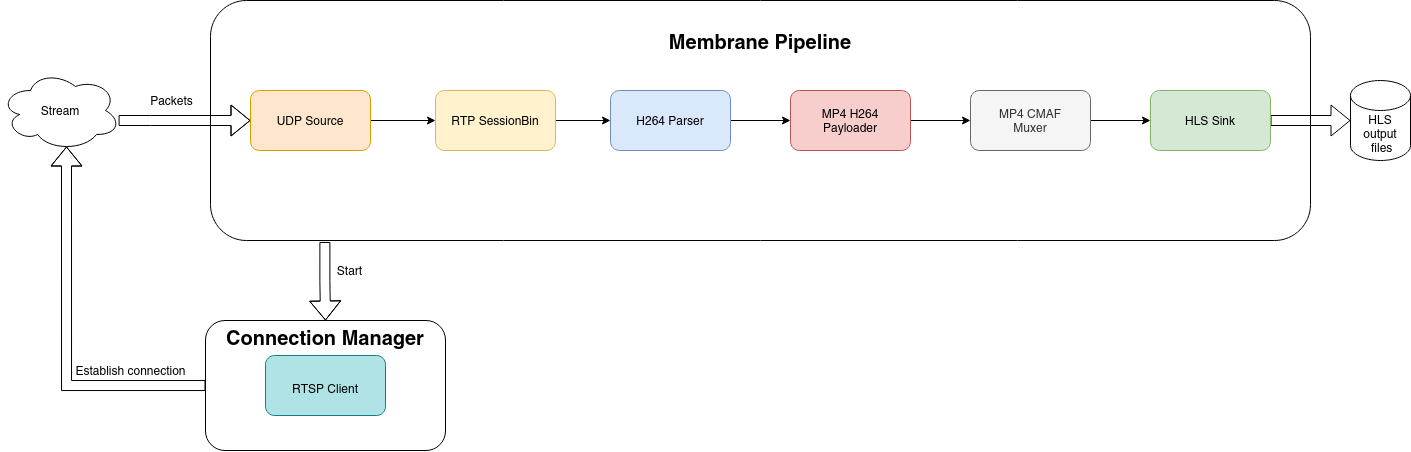
The draw.io diagram rtsp_to_hls/doc_assets/RTSP_to_HLS_pipeline.png in membraneframework/membrane_demo, before a commit. Source tidied: cells renumbered, new cells last; positions are measured from the earlier drawing's top-left corner, leaving out a move shared by most shapes.
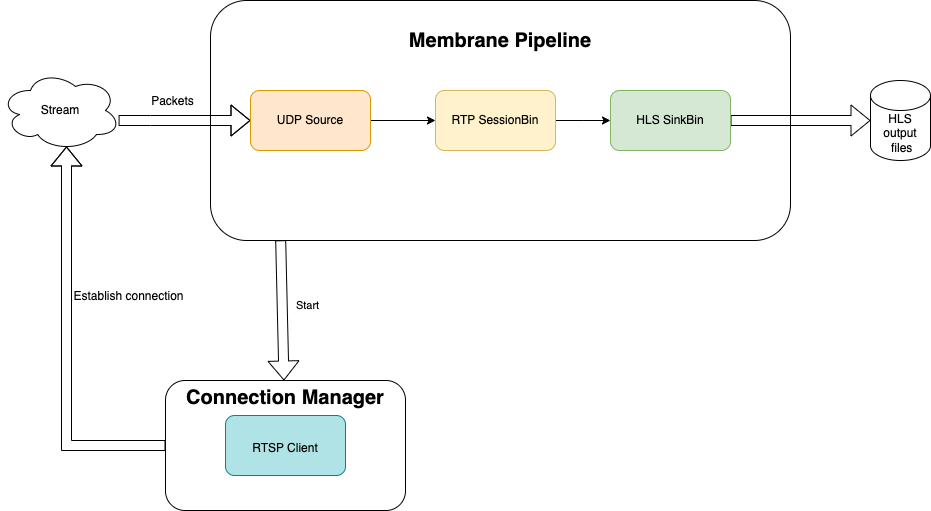
Above is the later version.

Commit message:
[rtsp_to_hls] Update (#259)

Diff of the diagram source:
```diff
@@ -2,16 +2,8 @@
   <root>
     <mxCell id="0" />
     <mxCell id="1" parent="0" />
-    <mxCell id="2" style="edgeStyle=orthogonalEdgeStyle;shape=flexArrow;rounded=0;jettySize=auto;html=1;fontSize=12;exitX=0.104;exitY=1.006;exitDx=0;exitDy=0;exitPerimeter=0;" parent="1" edge="1" source="4" target="23">
-      <mxGeometry relative="1" as="geometry" />
-    </mxCell>
-    <mxCell id="3" value="&lt;div&gt;Start&lt;/div&gt;" style="edgeLabel;html=1;align=center;verticalAlign=middle;fontSize=12;" parent="2" vertex="1">
-      <mxGeometry x="-0.29" y="1" relative="1" as="geometry">
-        <mxPoint x="23" as="offset" />
-      </mxGeometry>
-    </mxCell>
     <mxCell id="4" value="&lt;div style=&quot;font-size: 20px;&quot;&gt;&lt;b&gt;Membrane Pipeline&lt;/b&gt;&lt;/div&gt;&lt;div&gt;&lt;b&gt;&lt;br&gt;&lt;/b&gt;&lt;/div&gt;&lt;div&gt;&lt;b&gt;&lt;br&gt;&lt;/b&gt;&lt;/div&gt;&lt;div&gt;&lt;b&gt;&lt;br&gt;&lt;/b&gt;&lt;/div&gt;&lt;div&gt;&lt;b&gt;&lt;br&gt;&lt;/b&gt;&lt;/div&gt;&lt;div&gt;&lt;b&gt;&lt;br&gt;&lt;/b&gt;&lt;/div&gt;&lt;div&gt;&lt;b&gt;&lt;br&gt;&lt;/b&gt;&lt;/div&gt;&lt;div&gt;&lt;b&gt;&lt;br&gt;&lt;/b&gt;&lt;/div&gt;&lt;div&gt;&lt;b&gt;&lt;br&gt;&lt;/b&gt;&lt;/div&gt;&lt;div&gt;&lt;b&gt;&lt;br&gt;&lt;/b&gt;&lt;/div&gt;&lt;div&gt;&lt;b&gt;&lt;br&gt;&lt;/b&gt;&lt;/div&gt;&lt;div&gt;&lt;b&gt;&lt;br&gt;&lt;/b&gt;&lt;/div&gt;" style="rounded=1;whiteSpace=wrap;html=1;fillColor=none;" parent="1" vertex="1">
-      <mxGeometry x="210" width="1100" height="240" as="geometry" />
+      <mxGeometry x="210" width="580" height="240" as="geometry" />
     </mxCell>
     <mxCell id="5" style="edgeStyle=orthogonalEdgeStyle;shape=flexArrow;rounded=0;jettySize=auto;html=1;" parent="1" edge="1" source="7" target="9">
       <mxGeometry relative="1" as="geometry">
@@ -35,41 +27,25 @@
     <mxCell id="9" value="&lt;div&gt;UDP Source&lt;/div&gt;" style="rounded=1;whiteSpace=wrap;html=1;fillColor=#ffe6cc;strokeColor=#d79b00;" parent="1" vertex="1">
       <mxGeometry x="250" y="90" width="120" height="60" as="geometry" />
     </mxCell>
-    <mxCell id="10" style="edgeStyle=orthogonalEdgeStyle;rounded=0;jettySize=auto;html=1;" parent="1" edge="1" source="11" target="13">
-      <mxGeometry relative="1" as="geometry" />
+    <mxCell id="10" style="edgeStyle=orthogonalEdgeStyle;rounded=0;jettySize=auto;html=1;" parent="1" edge="1" source="11">
+      <mxGeometry relative="1" as="geometry">
+        <mxPoint x="610" y="120" as="targetPoint" />
+      </mxGeometry>
     </mxCell>
     <mxCell id="11" value="RTP SessionBin" style="rounded=1;whiteSpace=wrap;html=1;fillColor=#fff2cc;strokeColor=#d6b656;" parent="1" vertex="1">
       <mxGeometry x="435" y="90" width="120" height="60" as="geometry" />
     </mxCell>
-    <mxCell id="12" style="edgeStyle=orthogonalEdgeStyle;rounded=0;jettySize=auto;html=1;" parent="1" edge="1" source="13" target="15">
-      <mxGeometry relative="1" as="geometry" />
-    </mxCell>
-    <mxCell id="13" value="H264 Parser" style="rounded=1;whiteSpace=wrap;html=1;fillColor=#dae8fc;strokeColor=#6c8ebf;" parent="1" vertex="1">
-      <mxGeometry x="610" y="90" width="120" height="60" as="geometry" />
-    </mxCell>
-    <mxCell id="14" style="edgeStyle=orthogonalEdgeStyle;rounded=0;jettySize=auto;html=1;" parent="1" edge="1" source="15" target="17">
-      <mxGeometry relative="1" as="geometry" />
-    </mxCell>
-    <mxCell id="15" value="&lt;div&gt;MP4 H264&lt;br&gt;&lt;/div&gt;&lt;div&gt;Payloader&lt;/div&gt;" style="rounded=1;whiteSpace=wrap;html=1;fillColor=#f8cecc;strokeColor=#b85450;" parent="1" vertex="1">
-      <mxGeometry x="790" y="90" width="120" height="60" as="geometry" />
-    </mxCell>
-    <mxCell id="16" style="edgeStyle=orthogonalEdgeStyle;rounded=0;jettySize=auto;html=1;" parent="1" edge="1" source="17" target="19">
-      <mxGeometry relative="1" as="geometry" />
-    </mxCell>
-    <mxCell id="17" value="&lt;div&gt;MP4 CMAF&lt;br&gt;&lt;/div&gt;&lt;div&gt;Muxer&lt;/div&gt;" style="rounded=1;whiteSpace=wrap;html=1;fillColor=#f5f5f5;fontColor=#333333;strokeColor=#666666;" parent="1" vertex="1">
-      <mxGeometry x="970" y="90" width="120" height="60" as="geometry" />
-    </mxCell>
     <mxCell id="18" style="edgeStyle=orthogonalEdgeStyle;rounded=0;jettySize=auto;html=1;shape=flexArrow;" parent="1" edge="1" source="19" target="20">
       <mxGeometry relative="1" as="geometry" />
     </mxCell>
-    <mxCell id="19" value="HLS Sink" style="rounded=1;whiteSpace=wrap;html=1;fillColor=#d5e8d4;strokeColor=#82b366;" parent="1" vertex="1">
-      <mxGeometry x="1150" y="90" width="120" height="60" as="geometry" />
+    <mxCell id="19" value="HLS SinkBin" style="rounded=1;whiteSpace=wrap;html=1;fillColor=#d5e8d4;strokeColor=#82b366;" parent="1" vertex="1">
+      <mxGeometry x="610" y="90" width="120" height="60" as="geometry" />
     </mxCell>
     <mxCell id="20" value="&lt;div&gt;HLS output&lt;/div&gt;&lt;div&gt;&amp;nbsp;files&lt;br&gt;&lt;/div&gt;" style="shape=cylinder3;whiteSpace=wrap;html=1;boundedLbl=1;backgroundOutline=1;size=15;" parent="1" vertex="1">
-      <mxGeometry x="1350" y="80" width="60" height="80" as="geometry" />
+      <mxGeometry x="870" y="80" width="60" height="80" as="geometry" />
     </mxCell>
     <mxCell id="21" style="group;" parent="1" vertex="1">
-      <mxGeometry x="180" y="320" width="290" height="130" as="geometry" />
+      <mxGeometry x="140" y="380" width="290" height="130" as="geometry" />
     </mxCell>
     <mxCell id="22" value="&lt;div align=&quot;center&quot;&gt;&lt;font style=&quot;font-size: 12px;&quot;&gt;RTSP Client&lt;/font&gt;&lt;/div&gt;" style="rounded=1;whiteSpace=wrap;html=1;fontSize=20;fillColor=#b0e3e6;align=center;strokeColor=#0e8088;" parent="21" vertex="1">
       <mxGeometry x="85" y="35" width="120" height="60" as="geometry" />
@@ -82,8 +58,16 @@
     </mxCell>
     <mxCell id="25" value="&lt;div&gt;Establish connection&lt;/div&gt;" style="edgeLabel;html=1;align=center;verticalAlign=middle;fontSize=12;" parent="24" vertex="1">
       <mxGeometry x="-0.48" y="-2" relative="1" as="geometry">
-        <mxPoint x="22" y="-13" as="offset" />
+        <mxPoint x="59" y="-147" as="offset" />
       </mxGeometry>
     </mxCell>
+    <mxCell id="2" style="shape=flexArrow;endArrow=classic;html=1;rounded=0;exitX=0.121;exitY=0.999;exitDx=0;exitDy=0;exitPerimeter=0;" parent="1" edge="1" source="4" target="23">
+      <mxGeometry relative="1" as="geometry" />
+    </mxCell>
+    <mxCell id="3" value="Start" style="edgeLabel;html=1;align=center;verticalAlign=middle;" parent="2" vertex="1">
+      <mxGeometry x="-0.09" y="1" relative="1" as="geometry">
+        <mxPoint x="23" as="offset" />
+      </mxGeometry>
+    </mxCell>
   </root>
 </mxGraphModel>
```
